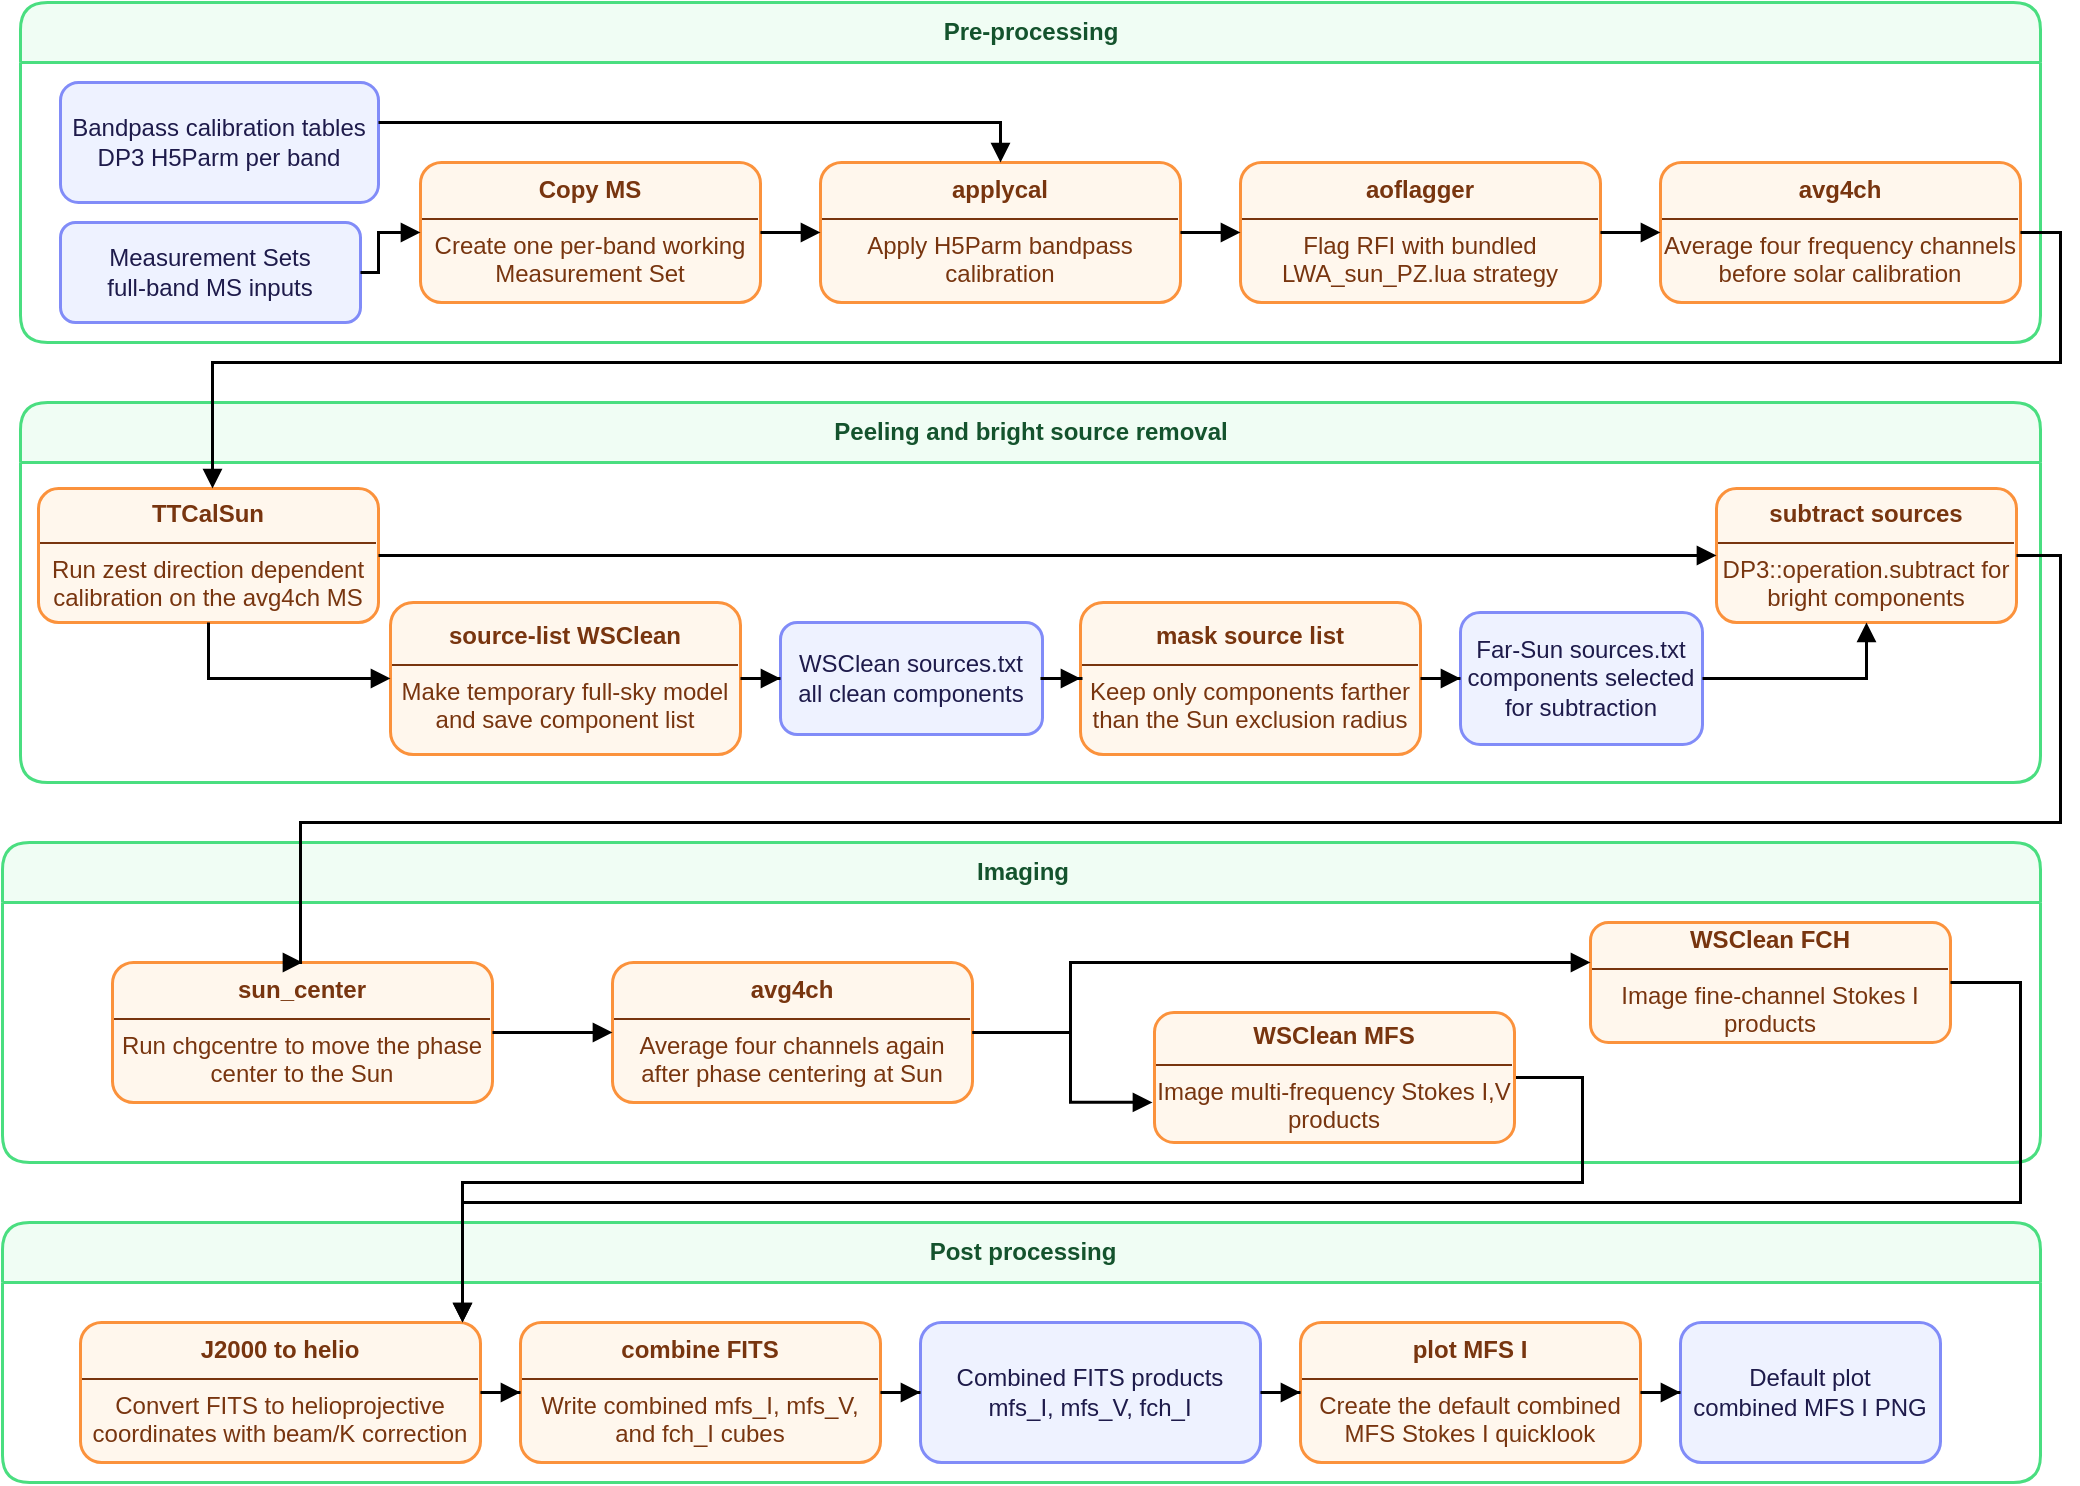
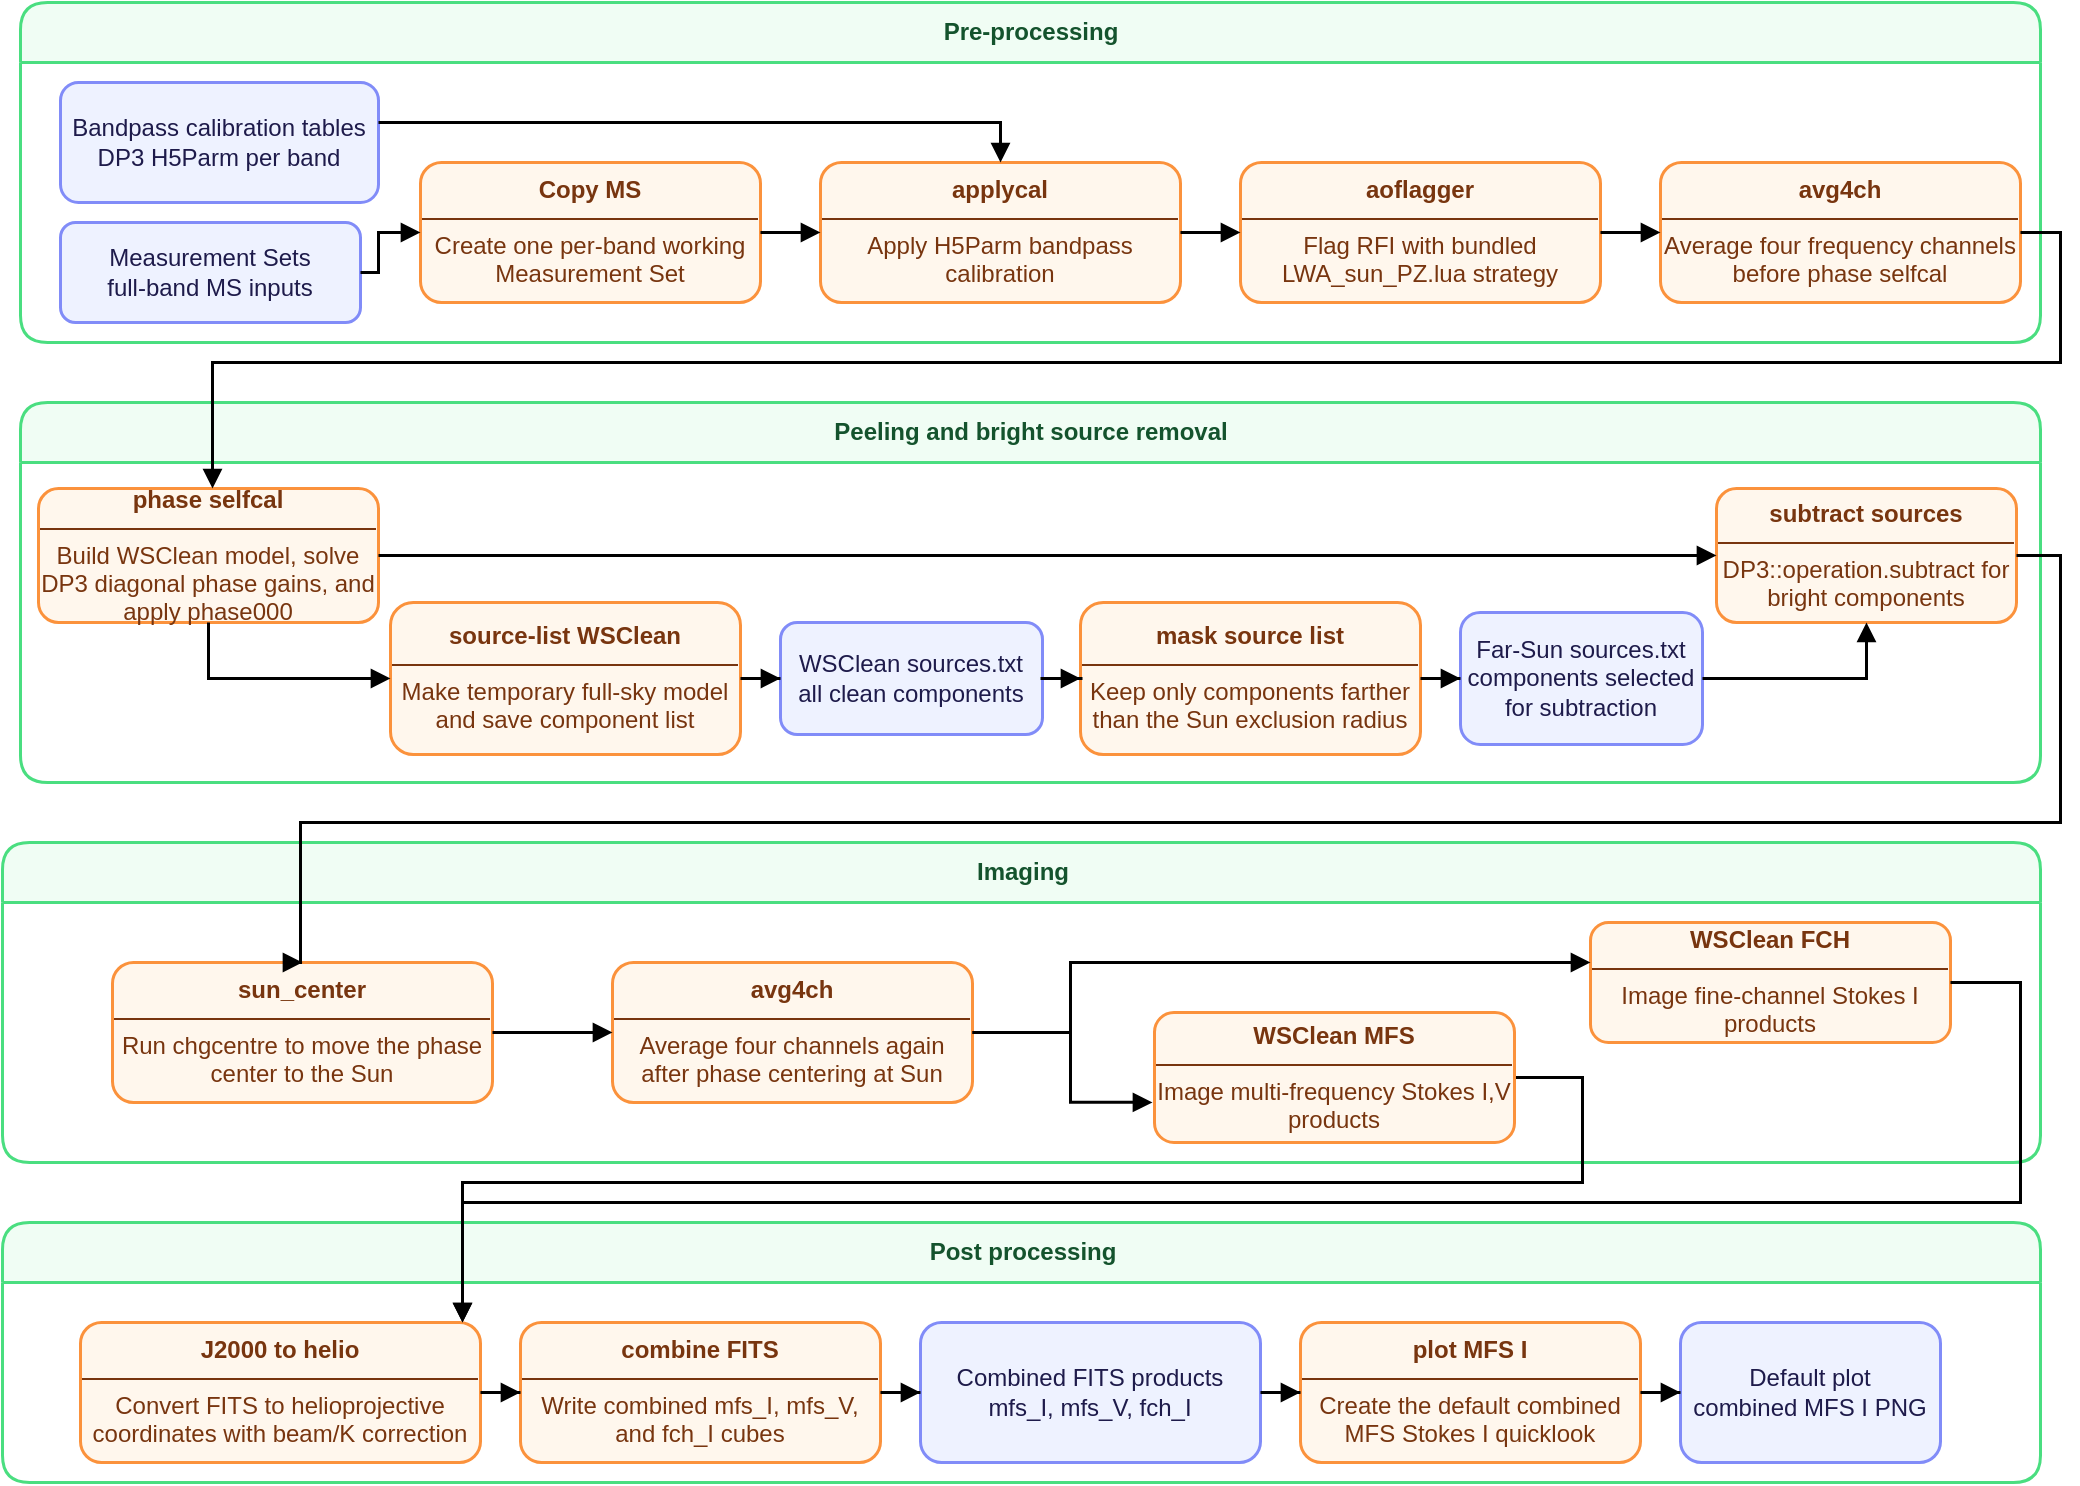
<mxfile host="app.diagrams.net" agent="Mozilla/5.0 (Macintosh; Intel Mac OS X 10_15_7) AppleWebKit/537.36 (KHTML, like Gecko) Chrome/147.0.0.0 Safari/537.36 Edg/147.0.0.0" version="29.6.6">
  <diagram name="LWA Solar Pipeline" id="1-oQtvDMWPjr7KKM-hMm">
    <mxGraphModel grid="1" page="1" gridSize="10" guides="1" tooltips="1" connect="1" arrows="1" fold="1" pageScale="1" pageWidth="850" pageHeight="1100" math="0" shadow="0">
      <root>
        <mxCell id="0" />
        <mxCell id="1" parent="0" />
        <mxCell id="YpNpLiLtAerdsc_-_weu-96" parent="1" style="swimlane;html=1;rounded=1;startSize=30;fillColor=#f0fdf4;strokeColor=#4ade80;strokeWidth=1.5;fontColor=#14532d;horizontal=1;" value="Pre-processing" vertex="1">
          <mxGeometry height="170" width="1010" x="750" y="860" as="geometry" />
        </mxCell>
        <mxCell id="YpNpLiLtAerdsc_-_weu-97" parent="YpNpLiLtAerdsc_-_weu-96" style="rounded=1;whiteSpace=wrap;html=1;fillColor=#eef2ff;strokeColor=#818cf8;strokeWidth=1.5;fontColor=#1e1b4b;align=center;verticalAlign=middle;" value="Measurement Sets&lt;br&gt;full-band MS inputs" vertex="1">
          <mxGeometry height="50" width="150" x="20" y="110" as="geometry" />
        </mxCell>
        <mxCell id="YpNpLiLtAerdsc_-_weu-98" parent="YpNpLiLtAerdsc_-_weu-96" style="rounded=1;whiteSpace=wrap;html=1;fillColor=#fff7ed;strokeColor=#fb923c;strokeWidth=1.5;fontColor=#78350f;align=center;verticalAlign=middle;" value="&lt;div style=&quot;width:100%;height:100%;&quot;&gt;&lt;div style=&quot;text-align:center;font-weight:bold;&quot;&gt;Copy MS&lt;/div&gt;&lt;hr style=&quot;border:none;border-top:1px solid currentColor;margin:6px 0 6px 0;&quot;/&gt;&lt;div style=&quot;text-align:center;&quot;&gt;Create one per-band working Measurement Set&lt;/div&gt;&lt;/div&gt;" vertex="1">
          <mxGeometry height="70" width="170" x="200" y="80" as="geometry" />
        </mxCell>
        <mxCell id="YpNpLiLtAerdsc_-_weu-99" parent="YpNpLiLtAerdsc_-_weu-96" style="rounded=1;whiteSpace=wrap;html=1;fillColor=#fff7ed;strokeColor=#fb923c;strokeWidth=1.5;fontColor=#78350f;align=center;verticalAlign=middle;" value="&lt;div style=&quot;width:100%;height:100%;&quot;&gt;&lt;div style=&quot;text-align:center;font-weight:bold;&quot;&gt;applycal&lt;/div&gt;&lt;hr style=&quot;border-width: 1px medium medium; border-style: solid none none; border-color: currentcolor; border-image: initial; margin: 6px 0px;&quot;&gt;&lt;div style=&quot;text-align:center;&quot;&gt;Apply H5Parm bandpass calibration&lt;/div&gt;&lt;/div&gt;" vertex="1">
          <mxGeometry height="70" width="180" x="400" y="80" as="geometry" />
        </mxCell>
        <mxCell id="YpNpLiLtAerdsc_-_weu-100" parent="YpNpLiLtAerdsc_-_weu-96" style="rounded=1;whiteSpace=wrap;html=1;fillColor=#fff7ed;strokeColor=#fb923c;strokeWidth=1.5;fontColor=#78350f;align=center;verticalAlign=middle;" value="&lt;div style=&quot;width:100%;height:100%;&quot;&gt;&lt;div style=&quot;text-align:center;font-weight:bold;&quot;&gt;aoflagger&lt;/div&gt;&lt;hr style=&quot;border:none;border-top:1px solid currentColor;margin:6px 0 6px 0;&quot;/&gt;&lt;div style=&quot;text-align:center;&quot;&gt;Flag RFI with bundled LWA_sun_PZ.lua strategy&lt;/div&gt;&lt;/div&gt;" vertex="1">
          <mxGeometry height="70" width="180" x="610" y="80" as="geometry" />
        </mxCell>
-         <mxCell id="YpNpLiLtAerdsc_-_weu-101" parent="YpNpLiLtAerdsc_-_weu-96" style="rounded=1;whiteSpace=wrap;html=1;fillColor=#fff7ed;strokeColor=#fb923c;strokeWidth=1.5;fontColor=#78350f;align=center;verticalAlign=middle;" value="&lt;div style=&quot;width:100%;height:100%;&quot;&gt;&lt;div style=&quot;text-align:center;font-weight:bold;&quot;&gt;avg4ch&lt;/div&gt;&lt;hr style=&quot;border:none;border-top:1px solid currentColor;margin:6px 0 6px 0;&quot;/&gt;&lt;div style=&quot;text-align:center;&quot;&gt;Average four frequency channels before solar calibration&lt;/div&gt;&lt;/div&gt;" vertex="1">
+         <mxCell id="YpNpLiLtAerdsc_-_weu-101" parent="YpNpLiLtAerdsc_-_weu-96" style="rounded=1;whiteSpace=wrap;html=1;fillColor=#fff7ed;strokeColor=#fb923c;strokeWidth=1.5;fontColor=#78350f;align=center;verticalAlign=middle;" value="&lt;div style=&quot;width:100%;height:100%;&quot;&gt;&lt;div style=&quot;text-align:center;font-weight:bold;&quot;&gt;avg4ch&lt;/div&gt;&lt;hr style=&quot;border:none;border-top:1px solid currentColor;margin:6px 0 6px 0;&quot;/&gt;&lt;div style=&quot;text-align:center;&quot;&gt;Average four frequency channels before phase selfcal&lt;/div&gt;&lt;/div&gt;" vertex="1">
          <mxGeometry height="70" width="180" x="820" y="80" as="geometry" />
        </mxCell>
        <mxCell id="YpNpLiLtAerdsc_-_weu-122" edge="1" parent="YpNpLiLtAerdsc_-_weu-96" source="YpNpLiLtAerdsc_-_weu-98" style="edgeStyle=orthogonalEdgeStyle;rounded=0;orthogonalLoop=1;jettySize=auto;html=1;endArrow=block;endFill=1;strokeWidth=1.5;" target="YpNpLiLtAerdsc_-_weu-99" value="">
          <mxGeometry relative="1" as="geometry" />
        </mxCell>
        <mxCell id="YpNpLiLtAerdsc_-_weu-124" edge="1" parent="YpNpLiLtAerdsc_-_weu-96" source="YpNpLiLtAerdsc_-_weu-99" style="edgeStyle=orthogonalEdgeStyle;rounded=0;orthogonalLoop=1;jettySize=auto;html=1;endArrow=block;endFill=1;strokeWidth=1.5;" target="YpNpLiLtAerdsc_-_weu-100" value="">
          <mxGeometry relative="1" as="geometry" />
        </mxCell>
        <mxCell id="YpNpLiLtAerdsc_-_weu-125" edge="1" parent="YpNpLiLtAerdsc_-_weu-96" source="YpNpLiLtAerdsc_-_weu-100" style="edgeStyle=orthogonalEdgeStyle;rounded=0;orthogonalLoop=1;jettySize=auto;html=1;endArrow=block;endFill=1;strokeWidth=1.5;" target="YpNpLiLtAerdsc_-_weu-101" value="">
          <mxGeometry relative="1" as="geometry" />
        </mxCell>
        <mxCell id="YpNpLiLtAerdsc_-_weu-102" parent="YpNpLiLtAerdsc_-_weu-96" style="rounded=1;whiteSpace=wrap;html=1;fillColor=#eef2ff;strokeColor=#818cf8;strokeWidth=1.5;fontColor=#1e1b4b;align=center;verticalAlign=middle;" value="Bandpass calibration tables&lt;br&gt;DP3 H5Parm per band" vertex="1">
          <mxGeometry height="60" width="159" x="20" y="40" as="geometry" />
        </mxCell>
        <mxCell id="YpNpLiLtAerdsc_-_weu-123" edge="1" parent="YpNpLiLtAerdsc_-_weu-96" source="YpNpLiLtAerdsc_-_weu-102" style="edgeStyle=orthogonalEdgeStyle;rounded=0;orthogonalLoop=1;jettySize=auto;html=1;endArrow=block;endFill=1;strokeWidth=1.5;" target="YpNpLiLtAerdsc_-_weu-99" value="">
          <mxGeometry relative="1" as="geometry">
            <Array as="points">
              <mxPoint x="490" y="60" />
            </Array>
          </mxGeometry>
        </mxCell>
        <mxCell id="YpNpLiLtAerdsc_-_weu-121" edge="1" parent="YpNpLiLtAerdsc_-_weu-96" source="YpNpLiLtAerdsc_-_weu-97" style="edgeStyle=orthogonalEdgeStyle;rounded=0;orthogonalLoop=1;jettySize=auto;html=1;endArrow=block;endFill=1;strokeWidth=1.5;" target="YpNpLiLtAerdsc_-_weu-98" value="">
          <mxGeometry relative="1" as="geometry">
            <Array as="points">
              <mxPoint x="179" y="135" />
              <mxPoint x="179" y="115" />
            </Array>
          </mxGeometry>
        </mxCell>
        <mxCell id="YpNpLiLtAerdsc_-_weu-103" parent="1" style="swimlane;html=1;rounded=1;startSize=30;fillColor=#f0fdf4;strokeColor=#4ade80;strokeWidth=1.5;fontColor=#14532d;horizontal=1;" value="Peeling and bright source removal" vertex="1">
          <mxGeometry height="190" width="1010" x="750" y="1060" as="geometry" />
        </mxCell>
-         <mxCell id="YpNpLiLtAerdsc_-_weu-104" parent="YpNpLiLtAerdsc_-_weu-103" style="rounded=1;whiteSpace=wrap;html=1;fillColor=#fff7ed;strokeColor=#fb923c;strokeWidth=1.5;fontColor=#78350f;align=center;verticalAlign=middle;" value="&lt;div style=&quot;width:100%;height:100%;&quot;&gt;&lt;div style=&quot;text-align:center;font-weight:bold;&quot;&gt;TTCalSun&lt;/div&gt;&lt;hr style=&quot;border-width: 1px medium medium; border-style: solid none none; border-color: currentcolor; border-image: initial; margin: 6px 0px;&quot;&gt;&lt;div style=&quot;text-align:center;&quot;&gt;Run zest direction dependent calibration on the avg4ch MS&lt;/div&gt;&lt;/div&gt;" vertex="1">
+         <mxCell id="YpNpLiLtAerdsc_-_weu-104" parent="YpNpLiLtAerdsc_-_weu-103" style="rounded=1;whiteSpace=wrap;html=1;fillColor=#fff7ed;strokeColor=#fb923c;strokeWidth=1.5;fontColor=#78350f;align=center;verticalAlign=middle;" value="&lt;div style=&quot;width:100%;height:100%;&quot;&gt;&lt;div style=&quot;text-align:center;font-weight:bold;&quot;&gt;phase selfcal&lt;/div&gt;&lt;hr style=&quot;border-width: 1px medium medium; border-style: solid none none; border-color: currentcolor; border-image: initial; margin: 6px 0px;&quot;&gt;&lt;div style=&quot;text-align:center;&quot;&gt;Build WSClean model, solve DP3 diagonal phase gains, and apply phase000&lt;/div&gt;&lt;/div&gt;" vertex="1">
          <mxGeometry height="67" width="170" x="9" y="43" as="geometry" />
        </mxCell>
        <mxCell id="YpNpLiLtAerdsc_-_weu-109" parent="YpNpLiLtAerdsc_-_weu-103" style="rounded=1;whiteSpace=wrap;html=1;fillColor=#fff7ed;strokeColor=#fb923c;strokeWidth=1.5;fontColor=#78350f;align=center;verticalAlign=middle;" value="&lt;div style=&quot;width:100%;height:100%;&quot;&gt;&lt;div style=&quot;text-align:center;font-weight:bold;&quot;&gt;subtract sources&lt;/div&gt;&lt;hr style=&quot;border-width: 1px medium medium; border-style: solid none none; border-color: currentcolor; border-image: initial; margin: 6px 0px;&quot;&gt;&lt;div style=&quot;text-align:center;&quot;&gt;DP3::operation.subtract for bright components&lt;/div&gt;&lt;/div&gt;" vertex="1">
          <mxGeometry height="67" width="150" x="848" y="43" as="geometry" />
        </mxCell>
        <mxCell id="YpNpLiLtAerdsc_-_weu-105" parent="YpNpLiLtAerdsc_-_weu-103" style="rounded=1;whiteSpace=wrap;html=1;fillColor=#fff7ed;strokeColor=#fb923c;strokeWidth=1.5;fontColor=#78350f;align=center;verticalAlign=middle;" value="&lt;div style=&quot;width:100%;height:100%;&quot;&gt;&lt;div style=&quot;text-align:center;font-weight:bold;&quot;&gt;source-list WSClean&lt;/div&gt;&lt;hr style=&quot;border:none;border-top:1px solid currentColor;margin:6px 0 6px 0;&quot;/&gt;&lt;div style=&quot;text-align:center;&quot;&gt;Make temporary full-sky model and save component list&lt;/div&gt;&lt;/div&gt;" vertex="1">
          <mxGeometry height="76" width="175" x="185" y="100" as="geometry" />
        </mxCell>
        <mxCell id="YpNpLiLtAerdsc_-_weu-106" parent="YpNpLiLtAerdsc_-_weu-103" style="rounded=1;whiteSpace=wrap;html=1;fillColor=#eef2ff;strokeColor=#818cf8;strokeWidth=1.5;fontColor=#1e1b4b;align=center;verticalAlign=middle;" value="WSClean sources.txt&lt;br&gt;all clean components" vertex="1">
          <mxGeometry height="56" width="131" x="380" y="110" as="geometry" />
        </mxCell>
        <mxCell id="YpNpLiLtAerdsc_-_weu-107" parent="YpNpLiLtAerdsc_-_weu-103" style="rounded=1;whiteSpace=wrap;html=1;fillColor=#fff7ed;strokeColor=#fb923c;strokeWidth=1.5;fontColor=#78350f;align=center;verticalAlign=middle;" value="&lt;div style=&quot;width:100%;height:100%;&quot;&gt;&lt;div style=&quot;text-align:center;font-weight:bold;&quot;&gt;mask source list&lt;/div&gt;&lt;hr style=&quot;border:none;border-top:1px solid currentColor;margin:6px 0 6px 0;&quot;/&gt;&lt;div style=&quot;text-align:center;&quot;&gt;Keep only components farther than the Sun exclusion radius&lt;/div&gt;&lt;/div&gt;" vertex="1">
          <mxGeometry height="76" width="170" x="530" y="100" as="geometry" />
        </mxCell>
        <mxCell id="YpNpLiLtAerdsc_-_weu-108" parent="YpNpLiLtAerdsc_-_weu-103" style="rounded=1;whiteSpace=wrap;html=1;fillColor=#eef2ff;strokeColor=#818cf8;strokeWidth=1.5;fontColor=#1e1b4b;align=center;verticalAlign=middle;" value="Far-Sun sources.txt&lt;br&gt;components selected for subtraction" vertex="1">
          <mxGeometry height="66" width="121" x="720" y="105" as="geometry" />
        </mxCell>
        <mxCell id="YpNpLiLtAerdsc_-_weu-129" edge="1" parent="YpNpLiLtAerdsc_-_weu-103" source="YpNpLiLtAerdsc_-_weu-105" style="edgeStyle=orthogonalEdgeStyle;rounded=0;orthogonalLoop=1;jettySize=auto;html=1;endArrow=block;endFill=1;strokeWidth=1.5;" target="YpNpLiLtAerdsc_-_weu-106" value="">
          <mxGeometry relative="1" as="geometry" />
        </mxCell>
        <mxCell id="YpNpLiLtAerdsc_-_weu-130" edge="1" parent="YpNpLiLtAerdsc_-_weu-103" source="YpNpLiLtAerdsc_-_weu-106" style="edgeStyle=orthogonalEdgeStyle;rounded=0;orthogonalLoop=1;jettySize=auto;html=1;endArrow=block;endFill=1;strokeWidth=1.5;" target="YpNpLiLtAerdsc_-_weu-107" value="">
          <mxGeometry relative="1" as="geometry" />
        </mxCell>
        <mxCell id="YpNpLiLtAerdsc_-_weu-131" edge="1" parent="YpNpLiLtAerdsc_-_weu-103" source="YpNpLiLtAerdsc_-_weu-107" style="edgeStyle=orthogonalEdgeStyle;rounded=0;orthogonalLoop=1;jettySize=auto;html=1;endArrow=block;endFill=1;strokeWidth=1.5;" target="YpNpLiLtAerdsc_-_weu-108" value="">
          <mxGeometry relative="1" as="geometry" />
        </mxCell>
        <mxCell id="10-qEe_ywi0LsIOAkReH-1" edge="1" parent="YpNpLiLtAerdsc_-_weu-103" source="YpNpLiLtAerdsc_-_weu-104" style="edgeStyle=orthogonalEdgeStyle;rounded=0;orthogonalLoop=1;jettySize=auto;html=1;endArrow=block;endFill=1;strokeWidth=1.5;exitX=0.5;exitY=1;exitDx=0;exitDy=0;entryX=0;entryY=0.5;entryDx=0;entryDy=0;" target="YpNpLiLtAerdsc_-_weu-105" value="">
          <mxGeometry relative="1" as="geometry">
            <mxPoint x="98" y="150" as="sourcePoint" />
            <mxPoint x="898" y="150" as="targetPoint" />
          </mxGeometry>
        </mxCell>
        <mxCell id="YpNpLiLtAerdsc_-_weu-110" parent="1" style="swimlane;html=1;rounded=1;startSize=30;fillColor=#f0fdf4;strokeColor=#4ade80;strokeWidth=1.5;fontColor=#14532d;horizontal=1;" value="Imaging" vertex="1">
          <mxGeometry height="160" width="1019" x="741" y="1280" as="geometry" />
        </mxCell>
        <mxCell id="YpNpLiLtAerdsc_-_weu-111" parent="YpNpLiLtAerdsc_-_weu-110" style="rounded=1;whiteSpace=wrap;html=1;fillColor=#fff7ed;strokeColor=#fb923c;strokeWidth=1.5;fontColor=#78350f;align=center;verticalAlign=middle;" value="&lt;div style=&quot;width:100%;height:100%;&quot;&gt;&lt;div style=&quot;text-align:center;font-weight:bold;&quot;&gt;sun_center&lt;/div&gt;&lt;hr style=&quot;border:none;border-top:1px solid currentColor;margin:6px 0 6px 0;&quot;/&gt;&lt;div style=&quot;text-align:center;&quot;&gt;Run chgcentre to move the phase center to the Sun&lt;/div&gt;&lt;/div&gt;" vertex="1">
          <mxGeometry height="70" width="190" x="55" y="60" as="geometry" />
        </mxCell>
        <mxCell id="YpNpLiLtAerdsc_-_weu-112" parent="YpNpLiLtAerdsc_-_weu-110" style="rounded=1;whiteSpace=wrap;html=1;fillColor=#fff7ed;strokeColor=#fb923c;strokeWidth=1.5;fontColor=#78350f;align=center;verticalAlign=middle;" value="&lt;div style=&quot;width:100%;height:100%;&quot;&gt;&lt;div style=&quot;text-align:center;font-weight:bold;&quot;&gt;avg4ch&lt;/div&gt;&lt;hr style=&quot;border-width: 1px medium medium; border-style: solid none none; border-color: currentcolor; border-image: initial; margin: 6px 0px;&quot;&gt;&lt;div style=&quot;text-align:center;&quot;&gt;Average four channels again after phase centering at Sun&lt;/div&gt;&lt;/div&gt;" vertex="1">
          <mxGeometry height="70" width="180" x="305" y="60" as="geometry" />
        </mxCell>
        <mxCell id="YpNpLiLtAerdsc_-_weu-114" parent="YpNpLiLtAerdsc_-_weu-110" style="rounded=1;whiteSpace=wrap;html=1;fillColor=#fff7ed;strokeColor=#fb923c;strokeWidth=1.5;fontColor=#78350f;align=center;verticalAlign=middle;" value="&lt;div style=&quot;width:100%;height:100%;&quot;&gt;&lt;div style=&quot;text-align:center;font-weight:bold;&quot;&gt;WSClean FCH&lt;/div&gt;&lt;hr style=&quot;border:none;border-top:1px solid currentColor;margin:6px 0 6px 0;&quot;/&gt;&lt;div style=&quot;text-align:center;&quot;&gt;Image fine-channel Stokes I products&lt;/div&gt;&lt;/div&gt;" vertex="1">
          <mxGeometry height="60" width="180" x="794" y="40" as="geometry" />
        </mxCell>
        <mxCell id="YpNpLiLtAerdsc_-_weu-136" edge="1" parent="YpNpLiLtAerdsc_-_weu-110" source="YpNpLiLtAerdsc_-_weu-112" style="edgeStyle=orthogonalEdgeStyle;rounded=0;orthogonalLoop=1;jettySize=auto;html=1;endArrow=block;endFill=1;strokeWidth=1.5;exitX=1;exitY=0.5;exitDx=0;exitDy=0;" target="YpNpLiLtAerdsc_-_weu-114" value="">
          <mxGeometry relative="1" as="geometry">
            <Array as="points">
              <mxPoint x="534" y="95" />
              <mxPoint x="534" y="60" />
            </Array>
          </mxGeometry>
        </mxCell>
        <mxCell id="YpNpLiLtAerdsc_-_weu-115" parent="1" style="swimlane;html=1;rounded=1;startSize=30;fillColor=#f0fdf4;strokeColor=#4ade80;strokeWidth=1.5;fontColor=#14532d;horizontal=1;" value="Post processing" vertex="1">
          <mxGeometry height="130" width="1019" x="741" y="1470" as="geometry" />
        </mxCell>
        <mxCell id="YpNpLiLtAerdsc_-_weu-116" parent="YpNpLiLtAerdsc_-_weu-115" style="rounded=1;whiteSpace=wrap;html=1;fillColor=#fff7ed;strokeColor=#fb923c;strokeWidth=1.5;fontColor=#78350f;align=center;verticalAlign=middle;" value="&lt;div style=&quot;width:100%;height:100%;&quot;&gt;&lt;div style=&quot;text-align:center;font-weight:bold;&quot;&gt;J2000 to helio&lt;/div&gt;&lt;hr style=&quot;border:none;border-top:1px solid currentColor;margin:6px 0 6px 0;&quot;/&gt;&lt;div style=&quot;text-align:center;&quot;&gt;Convert FITS to helioprojective coordinates with beam/K correction&lt;/div&gt;&lt;/div&gt;" vertex="1">
          <mxGeometry height="70" width="200" x="39" y="50" as="geometry" />
        </mxCell>
        <mxCell id="YpNpLiLtAerdsc_-_weu-117" parent="YpNpLiLtAerdsc_-_weu-115" style="rounded=1;whiteSpace=wrap;html=1;fillColor=#fff7ed;strokeColor=#fb923c;strokeWidth=1.5;fontColor=#78350f;align=center;verticalAlign=middle;" value="&lt;div style=&quot;width:100%;height:100%;&quot;&gt;&lt;div style=&quot;text-align:center;font-weight:bold;&quot;&gt;combine FITS&lt;/div&gt;&lt;hr style=&quot;border:none;border-top:1px solid currentColor;margin:6px 0 6px 0;&quot;/&gt;&lt;div style=&quot;text-align:center;&quot;&gt;Write combined mfs_I, mfs_V, and fch_I cubes&lt;/div&gt;&lt;/div&gt;" vertex="1">
          <mxGeometry height="70" width="180" x="259" y="50" as="geometry" />
        </mxCell>
        <mxCell id="YpNpLiLtAerdsc_-_weu-118" parent="YpNpLiLtAerdsc_-_weu-115" style="rounded=1;whiteSpace=wrap;html=1;fillColor=#eef2ff;strokeColor=#818cf8;strokeWidth=1.5;fontColor=#1e1b4b;align=center;verticalAlign=middle;" value="Combined FITS products&lt;br&gt;mfs_I, mfs_V, fch_I" vertex="1">
          <mxGeometry height="70" width="170" x="459" y="50" as="geometry" />
        </mxCell>
        <mxCell id="YpNpLiLtAerdsc_-_weu-119" parent="YpNpLiLtAerdsc_-_weu-115" style="rounded=1;whiteSpace=wrap;html=1;fillColor=#fff7ed;strokeColor=#fb923c;strokeWidth=1.5;fontColor=#78350f;align=center;verticalAlign=middle;" value="&lt;div style=&quot;width:100%;height:100%;&quot;&gt;&lt;div style=&quot;text-align:center;font-weight:bold;&quot;&gt;plot MFS I&lt;/div&gt;&lt;hr style=&quot;border:none;border-top:1px solid currentColor;margin:6px 0 6px 0;&quot;/&gt;&lt;div style=&quot;text-align:center;&quot;&gt;Create the default combined MFS Stokes I quicklook&lt;/div&gt;&lt;/div&gt;" vertex="1">
          <mxGeometry height="70" width="170" x="649" y="50" as="geometry" />
        </mxCell>
        <mxCell id="YpNpLiLtAerdsc_-_weu-120" parent="YpNpLiLtAerdsc_-_weu-115" style="rounded=1;whiteSpace=wrap;html=1;fillColor=#eef2ff;strokeColor=#818cf8;strokeWidth=1.5;fontColor=#1e1b4b;align=center;verticalAlign=middle;" value="Default plot&lt;br&gt;combined MFS I PNG" vertex="1">
          <mxGeometry height="70" width="130" x="839" y="50" as="geometry" />
        </mxCell>
        <mxCell id="YpNpLiLtAerdsc_-_weu-139" edge="1" parent="YpNpLiLtAerdsc_-_weu-115" source="YpNpLiLtAerdsc_-_weu-116" style="edgeStyle=orthogonalEdgeStyle;rounded=0;orthogonalLoop=1;jettySize=auto;html=1;endArrow=block;endFill=1;strokeWidth=1.5;" target="YpNpLiLtAerdsc_-_weu-117" value="">
          <mxGeometry relative="1" as="geometry" />
        </mxCell>
        <mxCell id="YpNpLiLtAerdsc_-_weu-140" edge="1" parent="YpNpLiLtAerdsc_-_weu-115" source="YpNpLiLtAerdsc_-_weu-117" style="edgeStyle=orthogonalEdgeStyle;rounded=0;orthogonalLoop=1;jettySize=auto;html=1;endArrow=block;endFill=1;strokeWidth=1.5;" target="YpNpLiLtAerdsc_-_weu-118" value="">
          <mxGeometry relative="1" as="geometry" />
        </mxCell>
        <mxCell id="YpNpLiLtAerdsc_-_weu-141" edge="1" parent="YpNpLiLtAerdsc_-_weu-115" source="YpNpLiLtAerdsc_-_weu-118" style="edgeStyle=orthogonalEdgeStyle;rounded=0;orthogonalLoop=1;jettySize=auto;html=1;endArrow=block;endFill=1;strokeWidth=1.5;" target="YpNpLiLtAerdsc_-_weu-119" value="">
          <mxGeometry relative="1" as="geometry" />
        </mxCell>
        <mxCell id="YpNpLiLtAerdsc_-_weu-142" edge="1" parent="YpNpLiLtAerdsc_-_weu-115" source="YpNpLiLtAerdsc_-_weu-119" style="edgeStyle=orthogonalEdgeStyle;rounded=0;orthogonalLoop=1;jettySize=auto;html=1;endArrow=block;endFill=1;strokeWidth=1.5;" target="YpNpLiLtAerdsc_-_weu-120" value="">
          <mxGeometry relative="1" as="geometry" />
        </mxCell>
        <mxCell id="YpNpLiLtAerdsc_-_weu-126" edge="1" parent="1" source="YpNpLiLtAerdsc_-_weu-101" style="edgeStyle=orthogonalEdgeStyle;rounded=0;orthogonalLoop=1;jettySize=auto;html=1;endArrow=block;endFill=1;strokeWidth=1.5;" target="YpNpLiLtAerdsc_-_weu-104" value="">
          <mxGeometry relative="1" as="geometry">
            <Array as="points">
              <mxPoint x="1770" y="975" />
              <mxPoint x="1770" y="1040" />
              <mxPoint x="846" y="1040" />
            </Array>
          </mxGeometry>
        </mxCell>
        <mxCell id="YpNpLiLtAerdsc_-_weu-128" edge="1" parent="1" source="YpNpLiLtAerdsc_-_weu-104" style="edgeStyle=orthogonalEdgeStyle;rounded=0;orthogonalLoop=1;jettySize=auto;html=1;endArrow=block;endFill=1;strokeWidth=1.5;" target="YpNpLiLtAerdsc_-_weu-109" value="">
          <mxGeometry relative="1" as="geometry" />
        </mxCell>
        <mxCell id="YpNpLiLtAerdsc_-_weu-132" edge="1" parent="1" source="YpNpLiLtAerdsc_-_weu-108" style="edgeStyle=orthogonalEdgeStyle;rounded=0;orthogonalLoop=1;jettySize=auto;html=1;endArrow=block;endFill=1;strokeWidth=1.5;entryX=0.5;entryY=1;entryDx=0;entryDy=0;" target="YpNpLiLtAerdsc_-_weu-109" value="">
          <mxGeometry relative="1" as="geometry" />
        </mxCell>
        <mxCell id="YpNpLiLtAerdsc_-_weu-134" edge="1" parent="1" source="YpNpLiLtAerdsc_-_weu-111" style="edgeStyle=orthogonalEdgeStyle;rounded=0;orthogonalLoop=1;jettySize=auto;html=1;endArrow=block;endFill=1;strokeWidth=1.5;" target="YpNpLiLtAerdsc_-_weu-112" value="">
          <mxGeometry relative="1" as="geometry" />
        </mxCell>
        <mxCell id="YpNpLiLtAerdsc_-_weu-137" edge="1" parent="1" source="YpNpLiLtAerdsc_-_weu-113" style="edgeStyle=orthogonalEdgeStyle;rounded=0;orthogonalLoop=1;jettySize=auto;html=1;endArrow=block;endFill=1;strokeWidth=1.5;" target="YpNpLiLtAerdsc_-_weu-116" value="">
          <mxGeometry relative="1" as="geometry">
            <Array as="points">
              <mxPoint x="1531" y="1398" />
              <mxPoint x="1531" y="1450" />
              <mxPoint x="971" y="1450" />
            </Array>
          </mxGeometry>
        </mxCell>
        <mxCell id="YpNpLiLtAerdsc_-_weu-138" edge="1" parent="1" source="YpNpLiLtAerdsc_-_weu-114" style="edgeStyle=orthogonalEdgeStyle;rounded=0;orthogonalLoop=1;jettySize=auto;html=1;endArrow=block;endFill=1;strokeWidth=1.5;" target="YpNpLiLtAerdsc_-_weu-116" value="">
          <mxGeometry relative="1" as="geometry">
            <Array as="points">
              <mxPoint x="1750" y="1350" />
              <mxPoint x="1750" y="1460" />
              <mxPoint x="971" y="1460" />
            </Array>
          </mxGeometry>
        </mxCell>
        <mxCell id="YpNpLiLtAerdsc_-_weu-113" parent="1" style="rounded=1;whiteSpace=wrap;html=1;fillColor=#fff7ed;strokeColor=#fb923c;strokeWidth=1.5;fontColor=#78350f;align=center;verticalAlign=middle;" value="&lt;div style=&quot;width:100%;height:100%;&quot;&gt;&lt;div style=&quot;text-align:center;font-weight:bold;&quot;&gt;WSClean MFS&lt;/div&gt;&lt;hr style=&quot;border:none;border-top:1px solid currentColor;margin:6px 0 6px 0;&quot;/&gt;&lt;div style=&quot;text-align:center;&quot;&gt;Image multi-frequency Stokes I,V products&lt;/div&gt;&lt;/div&gt;" vertex="1">
          <mxGeometry height="65" width="180" x="1317" y="1365" as="geometry" />
        </mxCell>
        <mxCell id="YpNpLiLtAerdsc_-_weu-145" edge="1" parent="1" source="YpNpLiLtAerdsc_-_weu-112" style="edgeStyle=orthogonalEdgeStyle;rounded=0;orthogonalLoop=1;jettySize=auto;html=1;endArrow=block;endFill=1;strokeWidth=1.5;" value="">
          <mxGeometry relative="1" as="geometry">
            <Array as="points">
              <mxPoint x="1275" y="1375" />
              <mxPoint x="1275" y="1410" />
            </Array>
            <mxPoint x="1226" y="1390" as="sourcePoint" />
            <mxPoint x="1316" y="1409.947368421053" as="targetPoint" />
          </mxGeometry>
        </mxCell>
        <mxCell id="10-qEe_ywi0LsIOAkReH-3" edge="1" parent="1" source="YpNpLiLtAerdsc_-_weu-109" style="edgeStyle=orthogonalEdgeStyle;rounded=0;orthogonalLoop=1;jettySize=auto;html=1;endArrow=block;endFill=1;strokeWidth=1.5;exitX=1;exitY=0.5;exitDx=0;exitDy=0;entryX=0.5;entryY=0;entryDx=0;entryDy=0;" target="YpNpLiLtAerdsc_-_weu-111" value="">
          <mxGeometry relative="1" as="geometry">
            <Array as="points">
              <mxPoint x="1770" y="1136" />
              <mxPoint x="1770" y="1270" />
              <mxPoint x="890" y="1270" />
              <mxPoint x="890" y="1340" />
            </Array>
            <mxPoint x="1884" y="1040" as="sourcePoint" />
            <mxPoint x="980" y="1168" as="targetPoint" />
          </mxGeometry>
        </mxCell>
      </root>
    </mxGraphModel>
  </diagram>
</mxfile>
